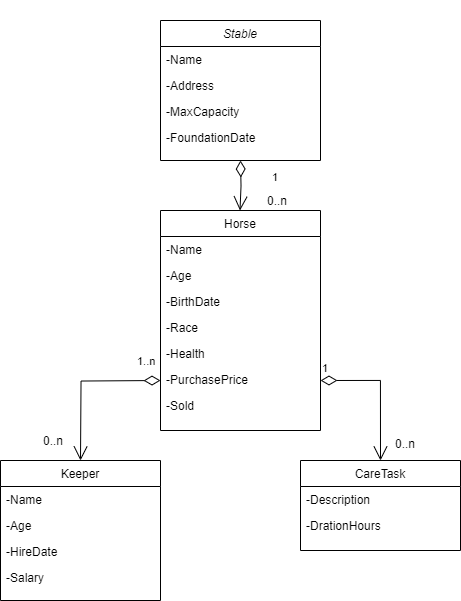
Earlier version of the draw.io export docs/stable.models.png (wzzzzwwzw/apaw-practice). Source tidied: cells renumbered, new cells last; positions are measured from the earlier drawing's top-left corner, leaving out a move shared by most shapes.
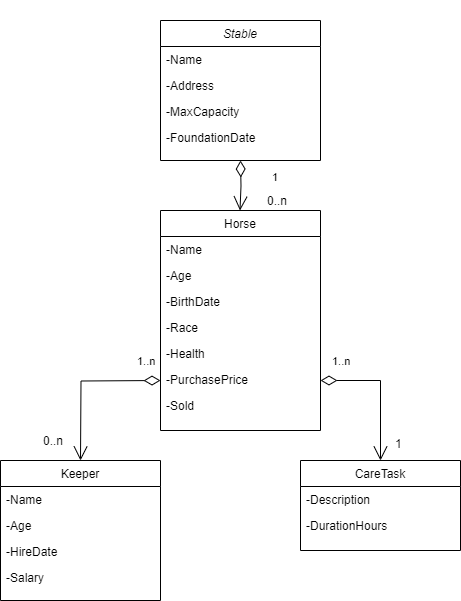
Above is the later version.

Commit message:
Modify stable model #461

The edit, as a diff of the source:
```diff
@@ -38,7 +38,7 @@
     <mxCell id="13" value="-Description" style="text;align=left;verticalAlign=top;spacingLeft=4;spacingRight=4;overflow=hidden;" parent="12" vertex="1">
       <mxGeometry y="26" width="160" height="26" as="geometry" />
     </mxCell>
-    <mxCell id="14" value="-DrationHours" style="text;align=left;verticalAlign=top;spacingLeft=4;spacingRight=4;overflow=hidden;rounded=0;shadow=0;html=0;" parent="12" vertex="1">
+    <mxCell id="14" value="-DurationHours" style="text;align=left;verticalAlign=top;spacingLeft=4;spacingRight=4;overflow=hidden;rounded=0;shadow=0;html=0;" parent="12" vertex="1">
       <mxGeometry y="52" width="160" height="26" as="geometry" />
     </mxCell>
     <mxCell id="15" value="Horse" style="swimlane;fontStyle=0;align=center;verticalAlign=top;horizontal=1;startSize=26;rounded=0;shadow=0;strokeWidth=1;" parent="1" vertex="1">
@@ -70,7 +70,7 @@
         <mxPoint x="31" y="229" as="offset" />
       </mxGeometry>
     </mxCell>
-    <mxCell id="24" value="0..n" style="align=left;verticalAlign=bottom;labelBackgroundColor=none;fontSize=12;" parent="1" vertex="1">
+    <mxCell id="24" value="1" style="align=left;verticalAlign=bottom;labelBackgroundColor=none;fontSize=12;" parent="1" vertex="1">
       <mxGeometry x="110" y="480" as="geometry">
         <mxPoint x="283" y="-28" as="offset" />
       </mxGeometry>
@@ -86,8 +86,8 @@
         <mxPoint x="80" y="460" as="targetPoint" />
       </mxGeometry>
     </mxCell>
-    <mxCell id="27" value="1" style="endArrow=open;html=1;endSize=12;startArrow=diamondThin;startSize=14;startFill=0;edgeStyle=orthogonalEdgeStyle;align=left;verticalAlign=bottom;rounded=0;" parent="1" edge="1">
-      <mxGeometry x="-1" y="3" relative="1" as="geometry">
+    <mxCell id="27" value="1..n" style="endArrow=open;html=1;endSize=12;startArrow=diamondThin;startSize=14;startFill=0;edgeStyle=orthogonalEdgeStyle;align=left;verticalAlign=bottom;rounded=0;" parent="1" edge="1">
+      <mxGeometry x="-0.86" y="10" relative="1" as="geometry">
         <mxPoint x="320" y="380" as="sourcePoint" />
         <mxPoint x="380" y="460" as="targetPoint" />
         <Array as="points">
```
